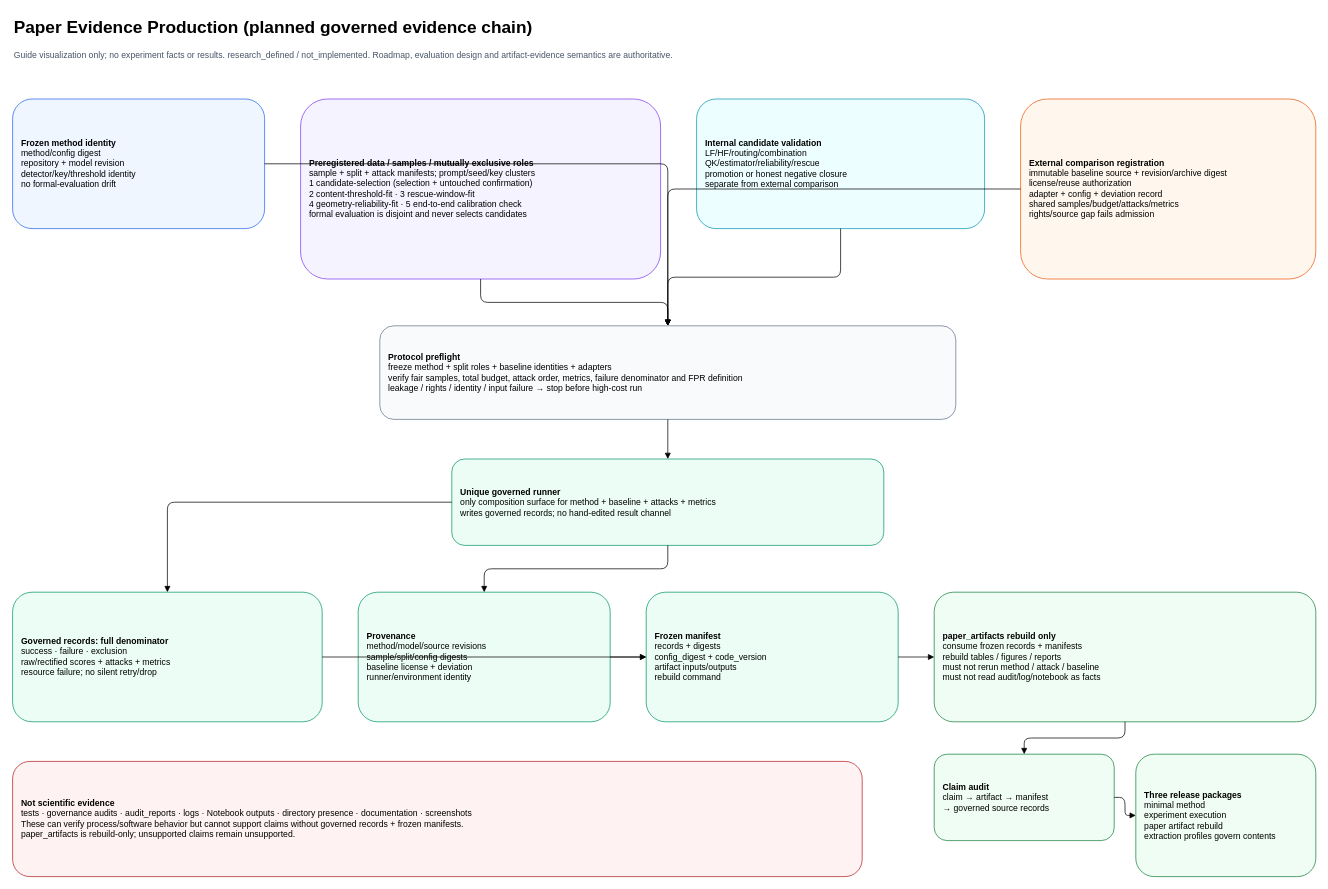
Before: docs/guides/diagrams/paper_evidence_production.drawio in RICHAAARC/CEG-WM, a draw.io diagram. Source tidied: cells renumbered, new cells numbered last; positions are measured from the earlier drawing's top-left corner, leaving out a move shared by most shapes. Both pictures are drawn from the tidied source at 72%, with x=0, y=0 at pixel (12, 12).
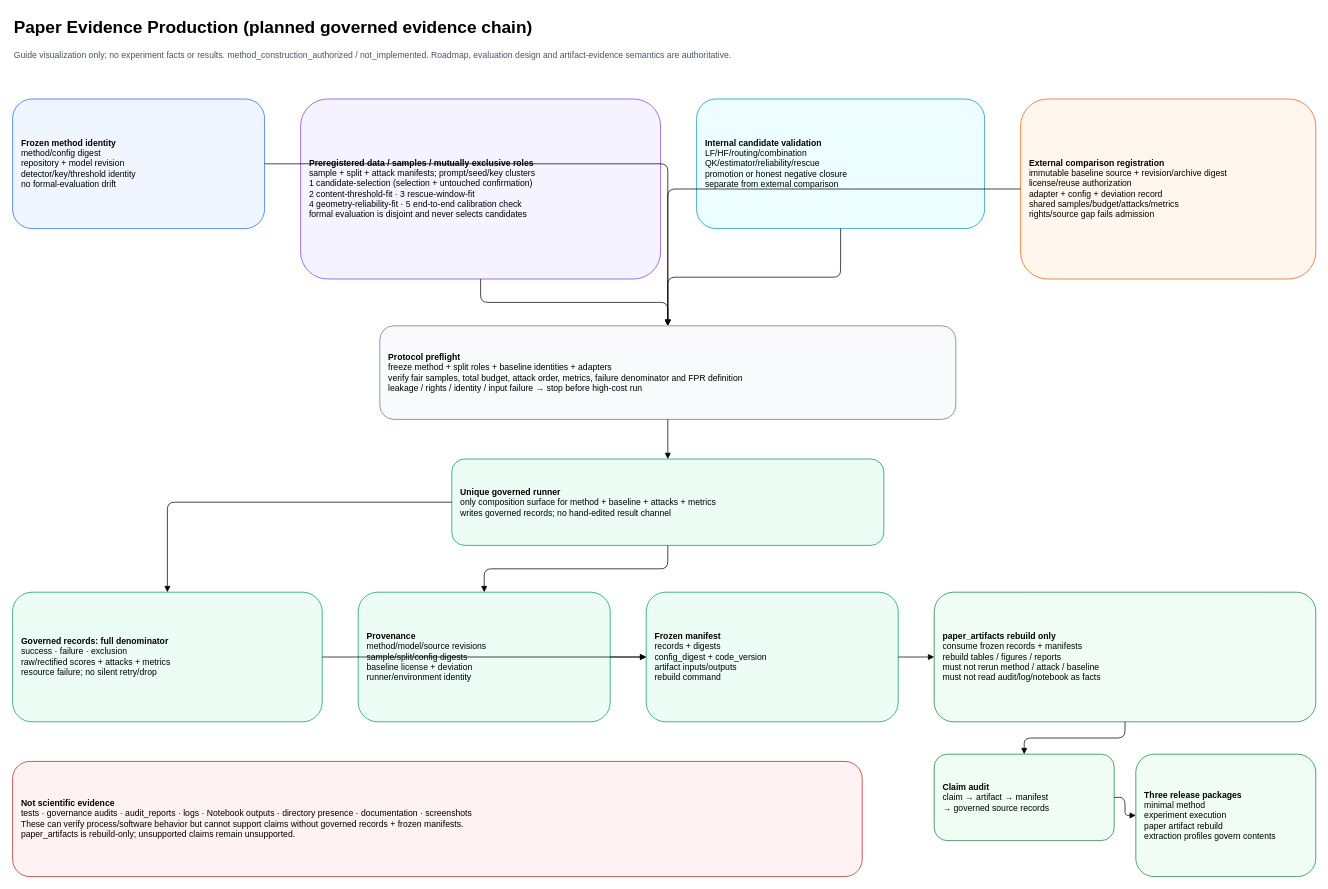
The same page after the edit.

Change to the diagram source:
```diff
@@
-    <mxCell id="3" value="Guide visualization only; no experiment facts or results. research_defined / not_implemented. Roadmap, evaluation design and artifact-evidence semantics are authoritative." style="text;html=1;fontSize=12;align=left;fontColor=#475569;" parent="1" vertex="1">
+    <mxCell id="3" value="Guide visualization only; no experiment facts or results. method_construction_authorized / not_implemented. Roadmap, evaluation design and artifact-evidence semantics are authoritative." style="text;html=1;fontSize=12;align=left;fontColor=#475569;" parent="1" vertex="1">
       <mxGeometry y="45" width="1500" height="45" as="geometry" />
     </mxCell>
```
